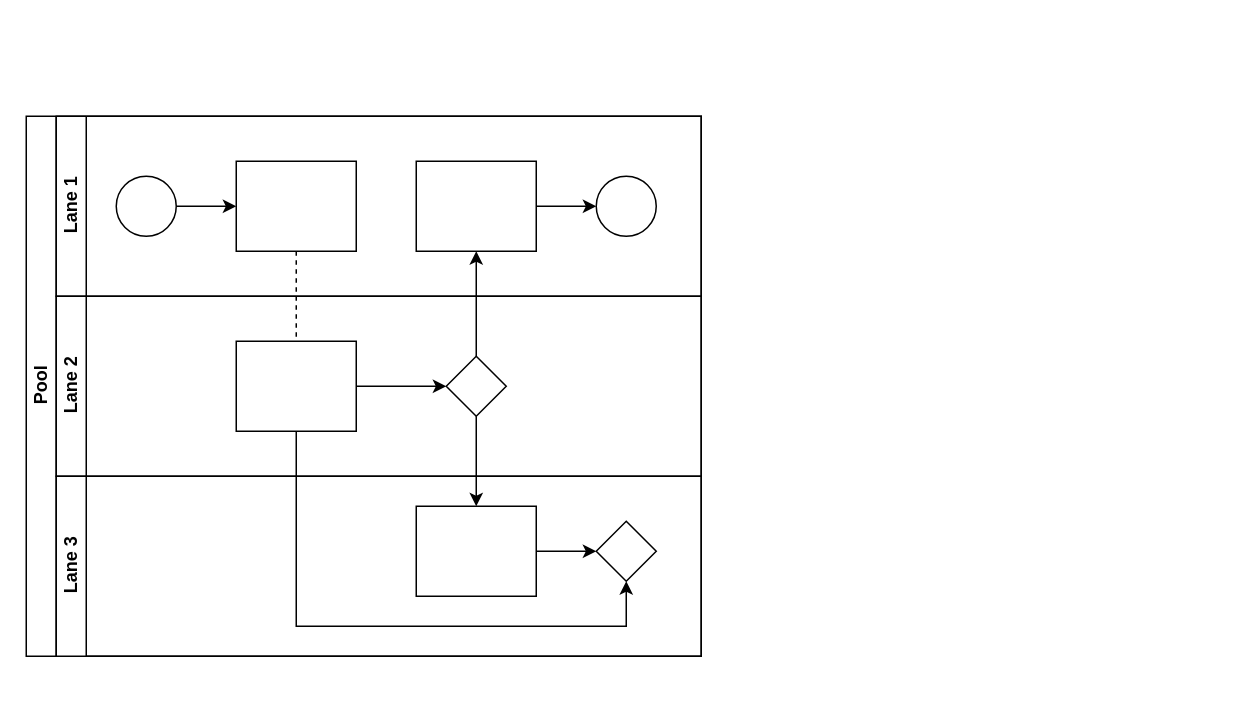
Before: Untitled Diagram.drawio in yunnuoaa/bootstrap-datetimepicker, a draw.io diagram. Source tidied: cells renumbered, new cells numbered last; positions are measured from the earlier drawing's top-left corner, leaving out a move shared by most shapes. Both pictures are drawn from the tidied source at 150%, with x=0, y=0 at pixel (26, 116).
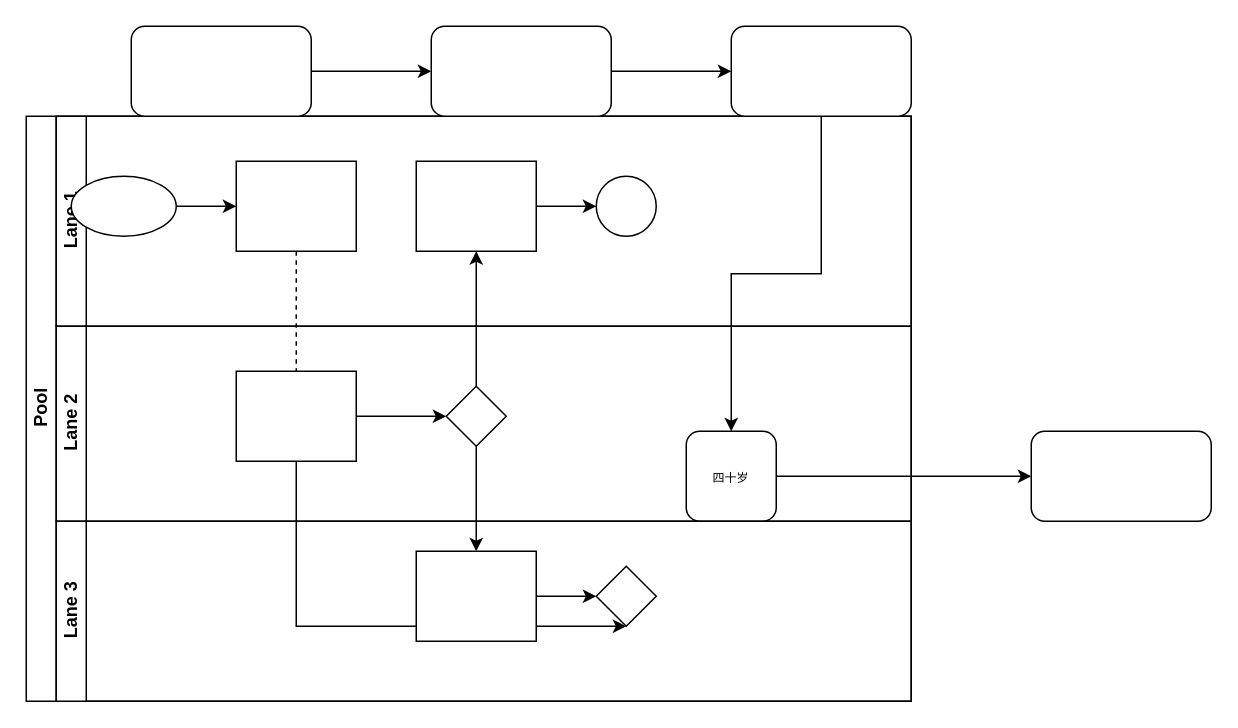
After the change.

Diff of the diagram source:
```diff
@@
     <mxCell id="2" value="Pool" style="swimlane;html=1;horizontal=0;startSize=20;" parent="1" vertex="1">
-      <mxGeometry width="450" height="360" as="geometry" />
+      <mxGeometry width="590" height="390" as="geometry" />
     </mxCell>
@@
     <mxCell id="7" value="Lane 1" style="swimlane;html=1;startSize=20;horizontal=0;" parent="2" vertex="1">
-      <mxGeometry x="20" width="430" height="120" as="geometry" />
+      <mxGeometry x="20" width="570" height="140" as="geometry" />
     </mxCell>
@@
     <mxCell id="9" style="ellipse;whiteSpace=wrap;html=1;" parent="7" vertex="1">
-      <mxGeometry x="40" y="40" width="40" height="40" as="geometry" />
+      <mxGeometry x="10" y="40" width="70" height="40" as="geometry" />
     </mxCell>
@@
+    <mxCell id="22" style="edgeStyle=orthogonalEdgeStyle;rounded=0;jettySize=auto;html=1;" parent="7" edge="1" source="23" target="24">
+      <mxGeometry relative="1" as="geometry" />
+    </mxCell>
+    <mxCell id="23" style="rounded=1;whiteSpace=wrap;html=1;" parent="7" vertex="1">
+      <mxGeometry x="250" y="-60" width="120" height="60" as="geometry" />
+    </mxCell>
+    <mxCell id="24" style="rounded=1;whiteSpace=wrap;html=1;" parent="7" vertex="1">
+      <mxGeometry x="450" y="-60" width="120" height="60" as="geometry" />
+    </mxCell>
     <mxCell id="14" value="Lane 2" style="swimlane;html=1;startSize=20;horizontal=0;" parent="2" vertex="1">
-      <mxGeometry x="20" y="120" width="430" height="120" as="geometry" />
+      <mxGeometry x="20" y="140" width="570" height="130" as="geometry" />
     </mxCell>
@@
+    <mxCell id="25" value="&lt;font style=&quot;font-size: 8px&quot;&gt;四十岁&lt;/font&gt;" style="whiteSpace=wrap;html=1;rounded=1;" parent="14" vertex="1">
+      <mxGeometry x="420" y="70" width="60" height="60" as="geometry" />
+    </mxCell>
     <mxCell id="18" value="Lane 3" style="swimlane;html=1;startSize=20;horizontal=0;" parent="2" vertex="1">
-      <mxGeometry x="20" y="240" width="430" height="120" as="geometry" />
+      <mxGeometry x="20" y="270" width="570" height="120" as="geometry" />
     </mxCell>
@@
+    <mxCell id="26" style="edgeStyle=orthogonalEdgeStyle;rounded=0;jettySize=auto;html=1;" parent="2" edge="1" source="24" target="25">
+      <mxGeometry relative="1" as="geometry" />
+    </mxCell>
+    <mxCell id="27" style="edgeStyle=orthogonalEdgeStyle;rounded=0;jettySize=auto;html=1;" parent="1" edge="1" source="28" target="23">
+      <mxGeometry relative="1" as="geometry" />
+    </mxCell>
+    <mxCell id="28" style="rounded=1;whiteSpace=wrap;html=1;" parent="1" vertex="1">
+      <mxGeometry x="70" y="-60" width="120" height="60" as="geometry" />
+    </mxCell>
+    <mxCell id="29" style="rounded=1;whiteSpace=wrap;html=1;" parent="1" vertex="1">
+      <mxGeometry x="670" y="210" width="120" height="60" as="geometry" />
+    </mxCell>
+    <mxCell id="30" style="edgeStyle=orthogonalEdgeStyle;rounded=0;jettySize=auto;html=1;" parent="1" edge="1" source="25" target="29">
+      <mxGeometry relative="1" as="geometry" />
+    </mxCell>
```
